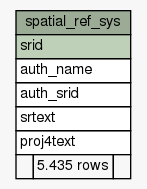
Before: datamodel/schemaspy/diagrams/summary/spatial_ref_sys.1degree.png, a diagram exported from Graphviz (B3Partners/brmo). Its source is kept beside it as datamodel/schemaspy/diagrams/summary/spatial_ref_sys.1degree.dot.
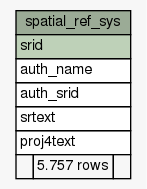
Later version of the same file.

What changed in the source:
```diff
@@ -24,7 +24,7 @@
       <TR><TD PORT="auth_srid" COLSPAN="3" ALIGN="LEFT">auth_srid</TD></TR>
       <TR><TD PORT="srtext" COLSPAN="3" ALIGN="LEFT">srtext</TD></TR>
       <TR><TD PORT="proj4text" COLSPAN="3" ALIGN="LEFT">proj4text</TD></TR>
-      <TR><TD ALIGN="LEFT" BGCOLOR="#f7f7f7">  </TD><TD ALIGN="RIGHT" BGCOLOR="#f7f7f7">5.435 rows</TD><TD ALIGN="RIGHT" BGCOLOR="#f7f7f7">  </TD></TR>
+      <TR><TD ALIGN="LEFT" BGCOLOR="#f7f7f7">  </TD><TD ALIGN="RIGHT" BGCOLOR="#f7f7f7">5.757 rows</TD><TD ALIGN="RIGHT" BGCOLOR="#f7f7f7">  </TD></TR>
     </TABLE>>
     URL="tables/spatial_ref_sys.html"
     tooltip="spatial_ref_sys"
```
